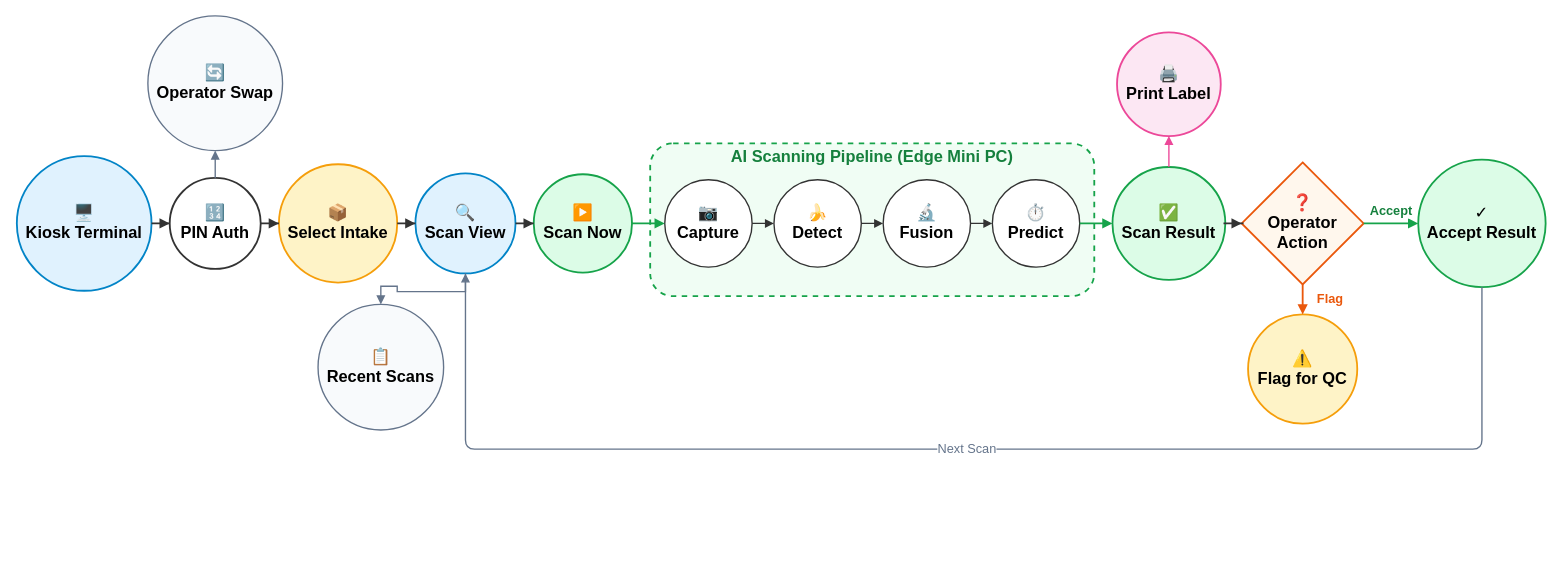
BlackShark404/BananaVision keeps this draw.io diagram as docs/bananavision-docs/docs/workflows/workflow_kiosk.drawio. Above is the earlier version. Source tidied: cells renumbered, new cells numbered last; positions are measured from the earlier drawing's top-left corner, leaving out a move shared by most shapes. Both pictures are drawn from the tidied source at 91%, with x=0, y=0 at pixel (16, 15).
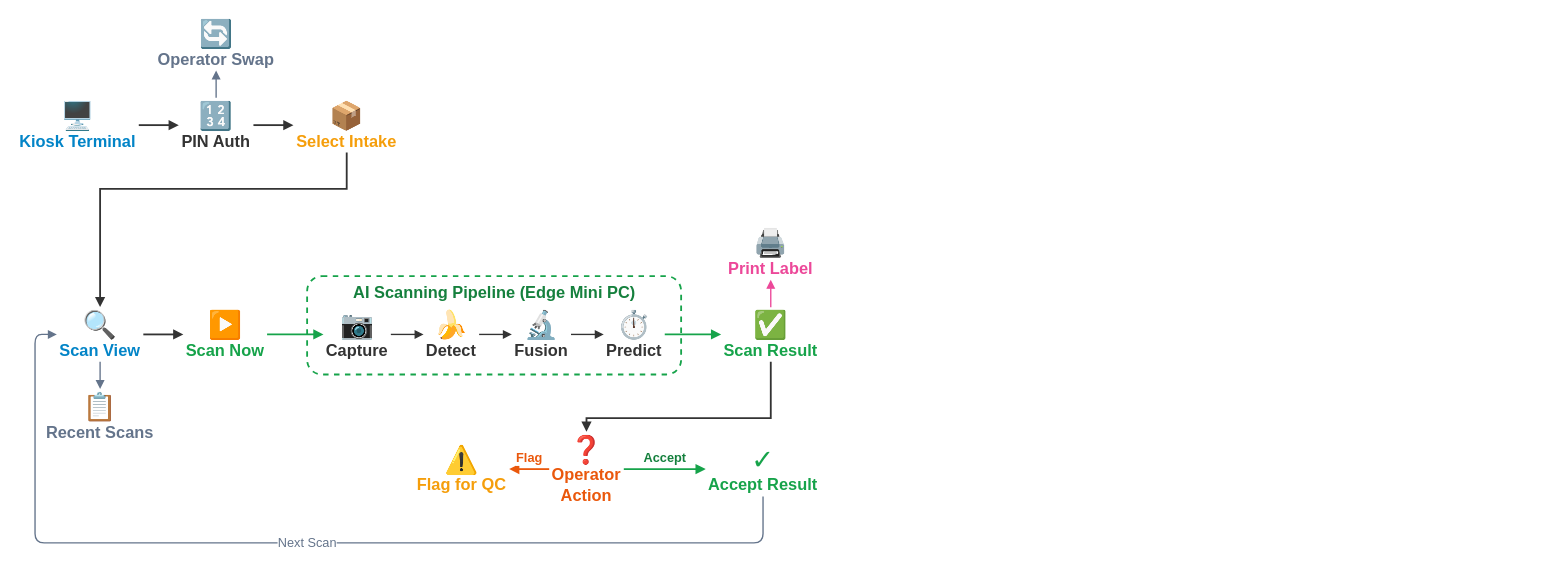
Above is the later version.

Commit message (it also covers changes not shown here):
refactor: update workflow drawio diagrams and development decisions documentation

The edit, as a diff of the source:
```diff
@@
-    <mxCell id="2" value="🖥️&lt;br&gt;&lt;b&gt;Kiosk Terminal&lt;/b&gt;" style="ellipse;whiteSpace=wrap;html=1;fillColor=#e0f2fe;strokeColor=#0284c7;strokeWidth=2;fontSize=18;spacing=2;" parent="1" vertex="1">
-      <mxGeometry y="154" width="148" height="148" as="geometry" />
+    <mxCell id="2" value="&lt;font style=&quot;font-size: 30px;&quot;&gt;🖥️&lt;/font&gt;&lt;br&gt;&lt;b&gt;Kiosk Terminal&lt;/b&gt;" style="text;html=1;align=center;verticalAlign=middle;whiteSpace=wrap;rounded=0;fontSize=18;fontColor=#0284c7;" parent="1" vertex="1">
+      <mxGeometry y="90" width="134" height="60" as="geometry" />
     </mxCell>
-    <mxCell id="3" value="🔢&lt;br&gt;&lt;b&gt;PIN Auth&lt;/b&gt;" style="ellipse;whiteSpace=wrap;html=1;fillColor=#ffffff;strokeColor=#333333;strokeWidth=2;fontSize=18;spacing=2;" parent="1" vertex="1">
-      <mxGeometry x="168" y="178" width="100" height="100" as="geometry" />
+    <mxCell id="3" value="&lt;font style=&quot;font-size: 30px;&quot;&gt;🔢&lt;/font&gt;&lt;br&gt;&lt;b&gt;PIN Auth&lt;/b&gt;" style="text;html=1;align=center;verticalAlign=middle;whiteSpace=wrap;rounded=0;fontSize=18;fontColor=#333333;" parent="1" vertex="1">
+      <mxGeometry x="178" y="90" width="82" height="60" as="geometry" />
     </mxCell>
-    <mxCell id="4" value="🔄&lt;br&gt;&lt;b&gt;Operator Swap&lt;/b&gt;" style="ellipse;whiteSpace=wrap;html=1;fillColor=#f8fafc;strokeColor=#64748b;strokeWidth=1.5;strokeDasharray=4 4;fontSize=18;spacing=2;" parent="1" vertex="1">
-      <mxGeometry x="144" width="148" height="148" as="geometry" />
+    <mxCell id="4" value="&lt;font style=&quot;font-size: 30px;&quot;&gt;🔄&lt;/font&gt;&lt;br&gt;&lt;b&gt;Operator Swap&lt;/b&gt;" style="text;html=1;align=center;verticalAlign=middle;whiteSpace=wrap;rounded=0;fontSize=18;fontColor=#64748b;" parent="1" vertex="1">
+      <mxGeometry x="152" width="134" height="60" as="geometry" />
     </mxCell>
-    <mxCell id="5" value="📦&lt;br&gt;&lt;b&gt;Select Intake&lt;/b&gt;" style="ellipse;whiteSpace=wrap;html=1;fillColor=#fef3c7;strokeColor=#f59e0b;strokeWidth=2;fontSize=18;spacing=3;" parent="1" vertex="1">
-      <mxGeometry x="288" y="163" width="130" height="130" as="geometry" />
+    <mxCell id="5" value="&lt;font style=&quot;font-size: 30px;&quot;&gt;📦&lt;/font&gt;&lt;br&gt;&lt;b&gt;Select Intake&lt;/b&gt;" style="text;html=1;align=center;verticalAlign=middle;whiteSpace=wrap;rounded=0;fontSize=18;fontColor=#f59e0b;" parent="1" vertex="1">
+      <mxGeometry x="304" y="90" width="117" height="60" as="geometry" />
     </mxCell>
-    <mxCell id="6" value="🔍&lt;br&gt;&lt;b&gt;Scan View&lt;/b&gt;" style="ellipse;whiteSpace=wrap;html=1;fillColor=#e0f2fe;strokeColor=#0284c7;strokeWidth=2;fontSize=18;spacing=3;" parent="1" vertex="1">
-      <mxGeometry x="438" y="173" width="110" height="110" as="geometry" />
+    <mxCell id="6" value="&lt;font style=&quot;font-size: 30px;&quot;&gt;🔍&lt;/font&gt;&lt;br&gt;&lt;b&gt;Scan View&lt;/b&gt;" style="text;html=1;align=center;verticalAlign=middle;whiteSpace=wrap;rounded=0;fontSize=18;fontColor=#0284c7;" parent="1" vertex="1">
+      <mxGeometry x="44" y="320" width="95" height="60" as="geometry" />
     </mxCell>
-    <mxCell id="7" value="📋&lt;br&gt;&lt;b&gt;Recent Scans&lt;/b&gt;" style="ellipse;whiteSpace=wrap;html=1;fillColor=#f8fafc;strokeColor=#64748b;strokeWidth=1.5;strokeDasharray=4 4;fontSize=18;spacing=2;" parent="1" vertex="1">
-      <mxGeometry x="331" y="317" width="138" height="138" as="geometry" />
+    <mxCell id="7" value="&lt;font style=&quot;font-size: 30px;&quot;&gt;📋&lt;/font&gt;&lt;br&gt;&lt;b&gt;Recent Scans&lt;/b&gt;" style="text;html=1;align=center;verticalAlign=middle;whiteSpace=wrap;rounded=0;fontSize=18;fontColor=#64748b;" parent="1" vertex="1">
+      <mxGeometry x="29" y="410" width="125" height="60" as="geometry" />
     </mxCell>
-    <mxCell id="8" value="▶️&lt;br&gt;&lt;b&gt;Scan Now&lt;/b&gt;" style="ellipse;whiteSpace=wrap;html=1;fillColor=#dcfce7;strokeColor=#16a34a;strokeWidth=2;fontSize=18;spacing=2;" parent="1" vertex="1">
-      <mxGeometry x="568" y="174" width="108" height="108" as="geometry" />
+    <mxCell id="8" value="&lt;font style=&quot;font-size: 30px;&quot;&gt;▶️&lt;/font&gt;&lt;br&gt;&lt;b&gt;Scan Now&lt;/b&gt;" style="text;html=1;align=center;verticalAlign=middle;whiteSpace=wrap;rounded=0;fontSize=18;fontColor=#16a34a;" parent="1" vertex="1">
+      <mxGeometry x="183" y="320" width="92" height="60" as="geometry" />
     </mxCell>
-    <mxCell id="9" style="rounded=1;whiteSpace=wrap;html=1;fillColor=#f0fdf4;strokeColor=#16a34a;strokeWidth=2;dashed=1;" parent="1" vertex="1">
-      <mxGeometry x="696" y="140" width="488" height="168" as="geometry" />
+    <mxCell id="9" style="rounded=1;whiteSpace=wrap;html=1;fillColor=none;strokeColor=#16a34a;strokeWidth=2;dashed=1;" parent="1" vertex="1">
+      <mxGeometry x="319" y="286" width="411" height="108" as="geometry" />
     </mxCell>
     <mxCell id="10" value="&lt;b&gt;AI Scanning Pipeline (Edge Mini PC)&lt;/b&gt;" style="text;html=1;align=center;verticalAlign=middle;whiteSpace=wrap;rounded=0;fontSize=18;fontColor=#15803d;" parent="1" vertex="1">
-      <mxGeometry x="770" y="144" width="340" height="22" as="geometry" />
+      <mxGeometry x="360" y="294" width="330" height="22" as="geometry" />
     </mxCell>
-    <mxCell id="11" value="📷&lt;br&gt;&lt;b&gt;Capture&lt;/b&gt;" style="ellipse;whiteSpace=wrap;html=1;fillColor=#ffffff;strokeColor=#333333;strokeWidth=1.5;fontSize=18;spacing=2;" parent="1" vertex="1">
-      <mxGeometry x="712" y="180" width="96" height="96" as="geometry" />
+    <mxCell id="11" value="&lt;font style=&quot;font-size: 30px;&quot;&gt;📷&lt;/font&gt;&lt;br&gt;&lt;b&gt;Capture&lt;/b&gt;" style="text;html=1;align=center;verticalAlign=middle;whiteSpace=wrap;rounded=0;fontSize=18;fontColor=#333333;" parent="1" vertex="1">
+      <mxGeometry x="337" y="320" width="74" height="60" as="geometry" />
     </mxCell>
-    <mxCell id="12" value="🍌&lt;br&gt;&lt;b&gt;Detect&lt;/b&gt;" style="ellipse;whiteSpace=wrap;html=1;fillColor=#ffffff;strokeColor=#333333;strokeWidth=1.5;fontSize=18;spacing=2;" parent="1" vertex="1">
-      <mxGeometry x="832" y="180" width="96" height="96" as="geometry" />
+    <mxCell id="12" value="&lt;font style=&quot;font-size: 30px;&quot;&gt;🍌&lt;/font&gt;&lt;br&gt;&lt;b&gt;Detect&lt;/b&gt;" style="text;html=1;align=center;verticalAlign=middle;whiteSpace=wrap;rounded=0;fontSize=18;fontColor=#333333;" parent="1" vertex="1">
+      <mxGeometry x="447" y="320" width="61" height="60" as="geometry" />
     </mxCell>
-    <mxCell id="13" value="🔬&lt;br&gt;&lt;b&gt;Fusion&lt;/b&gt;" style="ellipse;whiteSpace=wrap;html=1;fillColor=#ffffff;strokeColor=#333333;strokeWidth=1.5;fontSize=18;spacing=2;" parent="1" vertex="1">
-      <mxGeometry x="952" y="180" width="96" height="96" as="geometry" />
+    <mxCell id="13" value="&lt;font style=&quot;font-size: 30px;&quot;&gt;🔬&lt;/font&gt;&lt;br&gt;&lt;b&gt;Fusion&lt;/b&gt;" style="text;html=1;align=center;verticalAlign=middle;whiteSpace=wrap;rounded=0;fontSize=18;fontColor=#333333;" parent="1" vertex="1">
+      <mxGeometry x="544" y="320" width="65" height="60" as="geometry" />
     </mxCell>
-    <mxCell id="14" value="⏱️&lt;br&gt;&lt;b&gt;Predict&lt;/b&gt;" style="ellipse;whiteSpace=wrap;html=1;fillColor=#ffffff;strokeColor=#333333;strokeWidth=1.5;fontSize=18;spacing=2;" parent="1" vertex="1">
-      <mxGeometry x="1072" y="180" width="96" height="96" as="geometry" />
+    <mxCell id="14" value="&lt;font style=&quot;font-size: 30px;&quot;&gt;⏱️&lt;/font&gt;&lt;br&gt;&lt;b&gt;Predict&lt;/b&gt;" style="text;html=1;align=center;verticalAlign=middle;whiteSpace=wrap;rounded=0;fontSize=18;fontColor=#333333;" parent="1" vertex="1">
+      <mxGeometry x="645" y="320" width="67" height="60" as="geometry" />
     </mxCell>
-    <mxCell id="15" value="✅&lt;br&gt;&lt;b&gt;Scan Result&lt;/b&gt;" style="ellipse;whiteSpace=wrap;html=1;fillColor=#dcfce7;strokeColor=#16a34a;strokeWidth=2;fontSize=18;spacing=3;" parent="1" vertex="1">
-      <mxGeometry x="1204" y="166" width="124" height="124" as="geometry" />
+    <mxCell id="15" value="&lt;font style=&quot;font-size: 30px;&quot;&gt;✅&lt;/font&gt;&lt;br&gt;&lt;b&gt;Scan Result&lt;/b&gt;" style="text;html=1;align=center;verticalAlign=middle;whiteSpace=wrap;rounded=0;fontSize=18;fontColor=#16a34a;" parent="1" vertex="1">
+      <mxGeometry x="774" y="320" width="109" height="60" as="geometry" />
     </mxCell>
-    <mxCell id="16" value="🖨️&lt;br&gt;&lt;b&gt;Print Label&lt;/b&gt;" style="ellipse;whiteSpace=wrap;html=1;fillColor=#fce7f3;strokeColor=#ec4899;strokeWidth=2;fontSize=18;spacing=2;" parent="1" vertex="1">
-      <mxGeometry x="1209" y="18" width="114" height="114" as="geometry" />
+    <mxCell id="16" value="&lt;font style=&quot;font-size: 30px;&quot;&gt;🖨️&lt;/font&gt;&lt;br&gt;&lt;b&gt;Print Label&lt;/b&gt;" style="text;html=1;align=center;verticalAlign=middle;whiteSpace=wrap;rounded=0;fontSize=18;fontColor=#ec4899;" parent="1" vertex="1">
+      <mxGeometry x="779" y="230" width="99" height="60" as="geometry" />
     </mxCell>
-    <mxCell id="17" value="❓&lt;br&gt;&lt;b&gt;Operator&lt;br&gt;Action&lt;/b&gt;" style="rhombus;whiteSpace=wrap;html=1;fillColor=#fff7ed;strokeColor=#ea580c;strokeWidth=2;fontSize=18;fontStyle=1;" parent="1" vertex="1">
-      <mxGeometry x="1346" y="161" width="134" height="134" as="geometry" />
+    <mxCell id="17" value="&lt;font style=&quot;font-size: 30px;&quot;&gt;❓&lt;/font&gt;&lt;br&gt;&lt;b&gt;Operator&lt;br&gt;Action&lt;/b&gt;" style="text;html=1;align=center;verticalAlign=middle;whiteSpace=wrap;rounded=0;fontSize=18;fontColor=#ea580c;" parent="1" vertex="1">
+      <mxGeometry x="585" y="457" width="82" height="82" as="geometry" />
     </mxCell>
-    <mxCell id="18" value="✓&lt;br&gt;&lt;b&gt;Accept Result&lt;/b&gt;" style="ellipse;whiteSpace=wrap;html=1;fillColor=#dcfce7;strokeColor=#16a34a;strokeWidth=2;fontSize=18;spacing=2;" parent="1" vertex="1">
-      <mxGeometry x="1540" y="158" width="140" height="140" as="geometry" />
+    <mxCell id="18" value="&lt;font style=&quot;font-size: 30px;&quot;&gt;✓&lt;/font&gt;&lt;br&gt;&lt;b&gt;Accept Result&lt;/b&gt;" style="text;html=1;align=center;verticalAlign=middle;whiteSpace=wrap;rounded=0;fontSize=18;fontColor=#16a34a;" parent="1" vertex="1">
+      <mxGeometry x="757" y="468" width="126" height="60" as="geometry" />
     </mxCell>
-    <mxCell id="19" value="⚠️&lt;br&gt;&lt;b&gt;Flag for QC&lt;/b&gt;" style="ellipse;whiteSpace=wrap;html=1;fillColor=#fef3c7;strokeColor=#f59e0b;strokeWidth=2;fontSize=18;spacing=2;" parent="1" vertex="1">
-      <mxGeometry x="1353" y="328" width="120" height="120" as="geometry" />
+    <mxCell id="19" value="&lt;font style=&quot;font-size: 30px;&quot;&gt;⚠️&lt;/font&gt;&lt;br&gt;&lt;b&gt;Flag for QC&lt;/b&gt;" style="text;html=1;align=center;verticalAlign=middle;whiteSpace=wrap;rounded=0;fontSize=18;fontColor=#f59e0b;" parent="1" vertex="1">
+      <mxGeometry x="437" y="468" width="104" height="60" as="geometry" />
     </mxCell>
-    <mxCell id="20" style="edgeStyle=orthogonalEdgeStyle;rounded=0;jettySize=auto;html=1;strokeWidth=2;strokeColor=#333333;endArrow=block;endFill=1;" parent="1" edge="1" source="2" target="3">
+    <mxCell id="20" style="edgeStyle=orthogonalEdgeStyle;rounded=0;jettySize=auto;html=1;strokeWidth=2;strokeColor=#333333;endArrow=block;endFill=1;exitX=1;exitY=0.5;entryX=0;entryY=0.5;" parent="1" edge="1" source="2" target="3">
       <mxGeometry relative="1" as="geometry" />
     </mxCell>
-    <mxCell id="21" style="edgeStyle=orthogonalEdgeStyle;rounded=0;jettySize=auto;html=1;strokeWidth=1.5;strokeColor=#64748b;strokeDasharray=4 4;endArrow=block;endFill=1;" parent="1" edge="1" source="3" target="4">
+    <mxCell id="21" style="edgeStyle=orthogonalEdgeStyle;rounded=0;jettySize=auto;html=1;strokeWidth=1.5;strokeColor=#64748b;strokeDasharray=4 4;endArrow=block;endFill=1;exitX=0.5;exitY=0;entryX=0.5;entryY=1;" parent="1" edge="1" source="3" target="4">
       <mxGeometry relative="1" as="geometry" />
     </mxCell>
-    <mxCell id="22" style="edgeStyle=orthogonalEdgeStyle;rounded=0;jettySize=auto;html=1;strokeWidth=2;strokeColor=#333333;endArrow=block;endFill=1;" parent="1" edge="1" source="3" target="5">
+    <mxCell id="22" style="edgeStyle=orthogonalEdgeStyle;rounded=0;jettySize=auto;html=1;strokeWidth=2;strokeColor=#333333;endArrow=block;endFill=1;exitX=1;exitY=0.5;entryX=0;entryY=0.5;" parent="1" edge="1" source="3" target="5">
       <mxGeometry relative="1" as="geometry" />
     </mxCell>
-    <mxCell id="23" style="edgeStyle=orthogonalEdgeStyle;rounded=0;jettySize=auto;html=1;strokeWidth=2;strokeColor=#333333;endArrow=block;endFill=1;" parent="1" edge="1" source="5" target="6">
-      <mxGeometry relative="1" as="geometry" />
+    <mxCell id="23" style="edgeStyle=orthogonalEdgeStyle;rounded=0;jettySize=auto;html=1;strokeWidth=2;strokeColor=#333333;endArrow=block;endFill=1;exitX=0.5;exitY=1;entryX=0.5;entryY=0;" parent="1" edge="1" source="5" target="6">
+      <mxGeometry relative="1" as="geometry">
+        <Array as="points">
+          <mxPoint x="362.5" y="190" />
+          <mxPoint x="91.5" y="190" />
+        </Array>
+      </mxGeometry>
     </mxCell>
-    <mxCell id="24" style="edgeStyle=orthogonalEdgeStyle;rounded=0;jettySize=auto;html=1;strokeWidth=1.5;strokeColor=#64748b;strokeDasharray=4 4;endArrow=block;endFill=1;" parent="1" edge="1" source="6" target="7">
+    <mxCell id="24" style="edgeStyle=orthogonalEdgeStyle;rounded=0;jettySize=auto;html=1;strokeWidth=1.5;strokeColor=#64748b;strokeDasharray=4 4;endArrow=block;endFill=1;exitX=0.5;exitY=1;entryX=0.5;entryY=0;" parent="1" edge="1" source="6" target="7">
       <mxGeometry relative="1" as="geometry" />
     </mxCell>
-    <mxCell id="25" style="edgeStyle=orthogonalEdgeStyle;rounded=0;jettySize=auto;html=1;strokeWidth=2;strokeColor=#333333;endArrow=block;endFill=1;" parent="1" edge="1" source="6" target="8">
+    <mxCell id="25" style="edgeStyle=orthogonalEdgeStyle;rounded=0;jettySize=auto;html=1;strokeWidth=2;strokeColor=#333333;endArrow=block;endFill=1;exitX=1;exitY=0.5;entryX=0;entryY=0.5;" parent="1" edge="1" source="6" target="8">
       <mxGeometry relative="1" as="geometry" />
     </mxCell>
-    <mxCell id="26" style="edgeStyle=orthogonalEdgeStyle;rounded=0;jettySize=auto;html=1;strokeWidth=2;strokeColor=#16a34a;endArrow=block;endFill=1;" parent="1" edge="1" source="8" target="11">
+    <mxCell id="26" style="edgeStyle=orthogonalEdgeStyle;rounded=0;jettySize=auto;html=1;strokeWidth=2;strokeColor=#16a34a;endArrow=block;endFill=1;exitX=1;exitY=0.5;entryX=0;entryY=0.5;" parent="1" edge="1" source="8" target="11">
       <mxGeometry relative="1" as="geometry" />
     </mxCell>
-    <mxCell id="27" style="edgeStyle=orthogonalEdgeStyle;rounded=0;jettySize=auto;html=1;strokeWidth=1.5;strokeColor=#333333;endArrow=block;endFill=1;" parent="1" edge="1" source="11" target="12">
+    <mxCell id="27" style="edgeStyle=orthogonalEdgeStyle;rounded=0;jettySize=auto;html=1;strokeWidth=1.5;strokeColor=#333333;endArrow=block;endFill=1;exitX=1;exitY=0.5;entryX=0;entryY=0.5;" parent="1" edge="1" source="11" target="12">
       <mxGeometry relative="1" as="geometry" />
     </mxCell>
-    <mxCell id="28" style="edgeStyle=orthogonalEdgeStyle;rounded=0;jettySize=auto;html=1;strokeWidth=1.5;strokeColor=#333333;endArrow=block;endFill=1;" parent="1" edge="1" source="12" target="13">
+    <mxCell id="28" style="edgeStyle=orthogonalEdgeStyle;rounded=0;jettySize=auto;html=1;strokeWidth=1.5;strokeColor=#333333;endArrow=block;endFill=1;exitX=1;exitY=0.5;entryX=0;entryY=0.5;" parent="1" edge="1" source="12" target="13">
       <mxGeometry relative="1" as="geometry" />
     </mxCell>
-    <mxCell id="29" style="edgeStyle=orthogonalEdgeStyle;rounded=0;jettySize=auto;html=1;strokeWidth=1.5;strokeColor=#333333;endArrow=block;endFill=1;" parent="1" edge="1" source="13" target="14">
+    <mxCell id="29" style="edgeStyle=orthogonalEdgeStyle;rounded=0;jettySize=auto;html=1;strokeWidth=1.5;strokeColor=#333333;endArrow=block;endFill=1;exitX=1;exitY=0.5;entryX=0;entryY=0.5;" parent="1" edge="1" source="13" target="14">
       <mxGeometry relative="1" as="geometry" />
     </mxCell>
-    <mxCell id="30" style="edgeStyle=orthogonalEdgeStyle;rounded=0;jettySize=auto;html=1;strokeWidth=2;strokeColor=#16a34a;endArrow=block;endFill=1;" parent="1" edge="1" source="14" target="15">
+    <mxCell id="30" style="edgeStyle=orthogonalEdgeStyle;rounded=0;jettySize=auto;html=1;strokeWidth=2;strokeColor=#16a34a;endArrow=block;endFill=1;exitX=1;exitY=0.5;entryX=0;entryY=0.5;" parent="1" edge="1" source="14" target="15">
       <mxGeometry relative="1" as="geometry" />
     </mxCell>
-    <mxCell id="31" style="edgeStyle=orthogonalEdgeStyle;rounded=0;jettySize=auto;html=1;strokeWidth=1.5;strokeColor=#ec4899;endArrow=block;endFill=1;" parent="1" edge="1" source="15" target="16">
+    <mxCell id="31" style="edgeStyle=orthogonalEdgeStyle;rounded=0;jettySize=auto;html=1;strokeWidth=1.5;strokeColor=#ec4899;endArrow=block;endFill=1;exitX=0.5;exitY=0;entryX=0.5;entryY=1;" parent="1" edge="1" source="15" target="16">
       <mxGeometry relative="1" as="geometry" />
     </mxCell>
-    <mxCell id="32" style="edgeStyle=orthogonalEdgeStyle;rounded=0;jettySize=auto;html=1;strokeWidth=2;strokeColor=#333333;endArrow=block;endFill=1;" parent="1" edge="1" source="15" target="17">
-      <mxGeometry relative="1" as="geometry" />
+    <mxCell id="32" style="edgeStyle=orthogonalEdgeStyle;rounded=0;jettySize=auto;html=1;strokeWidth=2;strokeColor=#333333;endArrow=block;endFill=1;exitX=0.5;exitY=1;entryX=0.5;entryY=0;" parent="1" edge="1" source="15" target="17">
+      <mxGeometry relative="1" as="geometry">
+        <Array as="points">
+          <mxPoint x="828.5" y="442" />
+          <mxPoint x="626" y="442" />
+        </Array>
+      </mxGeometry>
     </mxCell>
-    <mxCell id="33" value="Accept" style="edgeStyle=orthogonalEdgeStyle;rounded=0;jettySize=auto;html=1;strokeWidth=2;strokeColor=#16a34a;endArrow=block;endFill=1;fontSize=14;fontColor=#15803d;fontStyle=1;" parent="1" edge="1" source="17" target="18">
+    <mxCell id="33" value="Accept" style="edgeStyle=orthogonalEdgeStyle;rounded=0;jettySize=auto;html=1;strokeWidth=2;strokeColor=#16a34a;endArrow=block;endFill=1;fontSize=14;fontColor=#15803d;fontStyle=1;exitX=1;exitY=0.5;entryX=0;entryY=0.5;" parent="1" edge="1" source="17" target="18">
       <mxGeometry relative="1" as="geometry">
-        <mxPoint y="-14" as="offset" />
+        <mxPoint y="-12" as="offset" />
       </mxGeometry>
     </mxCell>
-    <mxCell id="34" value="Flag" style="edgeStyle=orthogonalEdgeStyle;rounded=0;jettySize=auto;html=1;strokeWidth=2;strokeColor=#ea580c;endArrow=block;endFill=1;fontSize=14;fontColor=#ea580c;fontStyle=1;" parent="1" edge="1" source="17" target="19">
+    <mxCell id="34" value="Flag" style="edgeStyle=orthogonalEdgeStyle;rounded=0;jettySize=auto;html=1;strokeWidth=2;strokeColor=#ea580c;endArrow=block;endFill=1;fontSize=14;fontColor=#ea580c;fontStyle=1;exitX=0;exitY=0.5;entryX=1;entryY=0.5;" parent="1" edge="1" source="17" target="19">
       <mxGeometry relative="1" as="geometry">
-        <mxPoint x="30" as="offset" />
+        <mxPoint y="-12" as="offset" />
       </mxGeometry>
     </mxCell>
-    <mxCell id="35" value="Next Scan" style="edgeStyle=orthogonalEdgeStyle;rounded=1;jettySize=auto;html=1;strokeWidth=1.5;strokeColor=#64748b;strokeDasharray=4 4;endArrow=block;endFill=1;fontSize=14;fontColor=#64748b;exitX=0.5;exitY=1;exitDx=0;exitDy=0;entryX=0.5;entryY=1;entryDx=0;entryDy=0;" parent="1" edge="1" source="18" target="6">
+    <mxCell id="35" value="Next Scan" style="edgeStyle=orthogonalEdgeStyle;rounded=1;jettySize=auto;html=1;strokeWidth=1.5;strokeColor=#64748b;strokeDasharray=4 4;endArrow=block;endFill=1;fontSize=14;fontColor=#64748b;exitX=0.5;exitY=1;exitDx=0;exitDy=0;entryX=0;entryY=0.5;entryDx=0;entryDy=0;" parent="1" edge="1" source="18" target="6">
       <mxGeometry relative="1" as="geometry">
         <Array as="points">
-          <mxPoint x="1610" y="476" />
-          <mxPoint x="493" y="476" />
+          <mxPoint x="820" y="579" />
+          <mxPoint x="20" y="579" />
+          <mxPoint x="20" y="350" />
         </Array>
       </mxGeometry>
     </mxCell>
```
